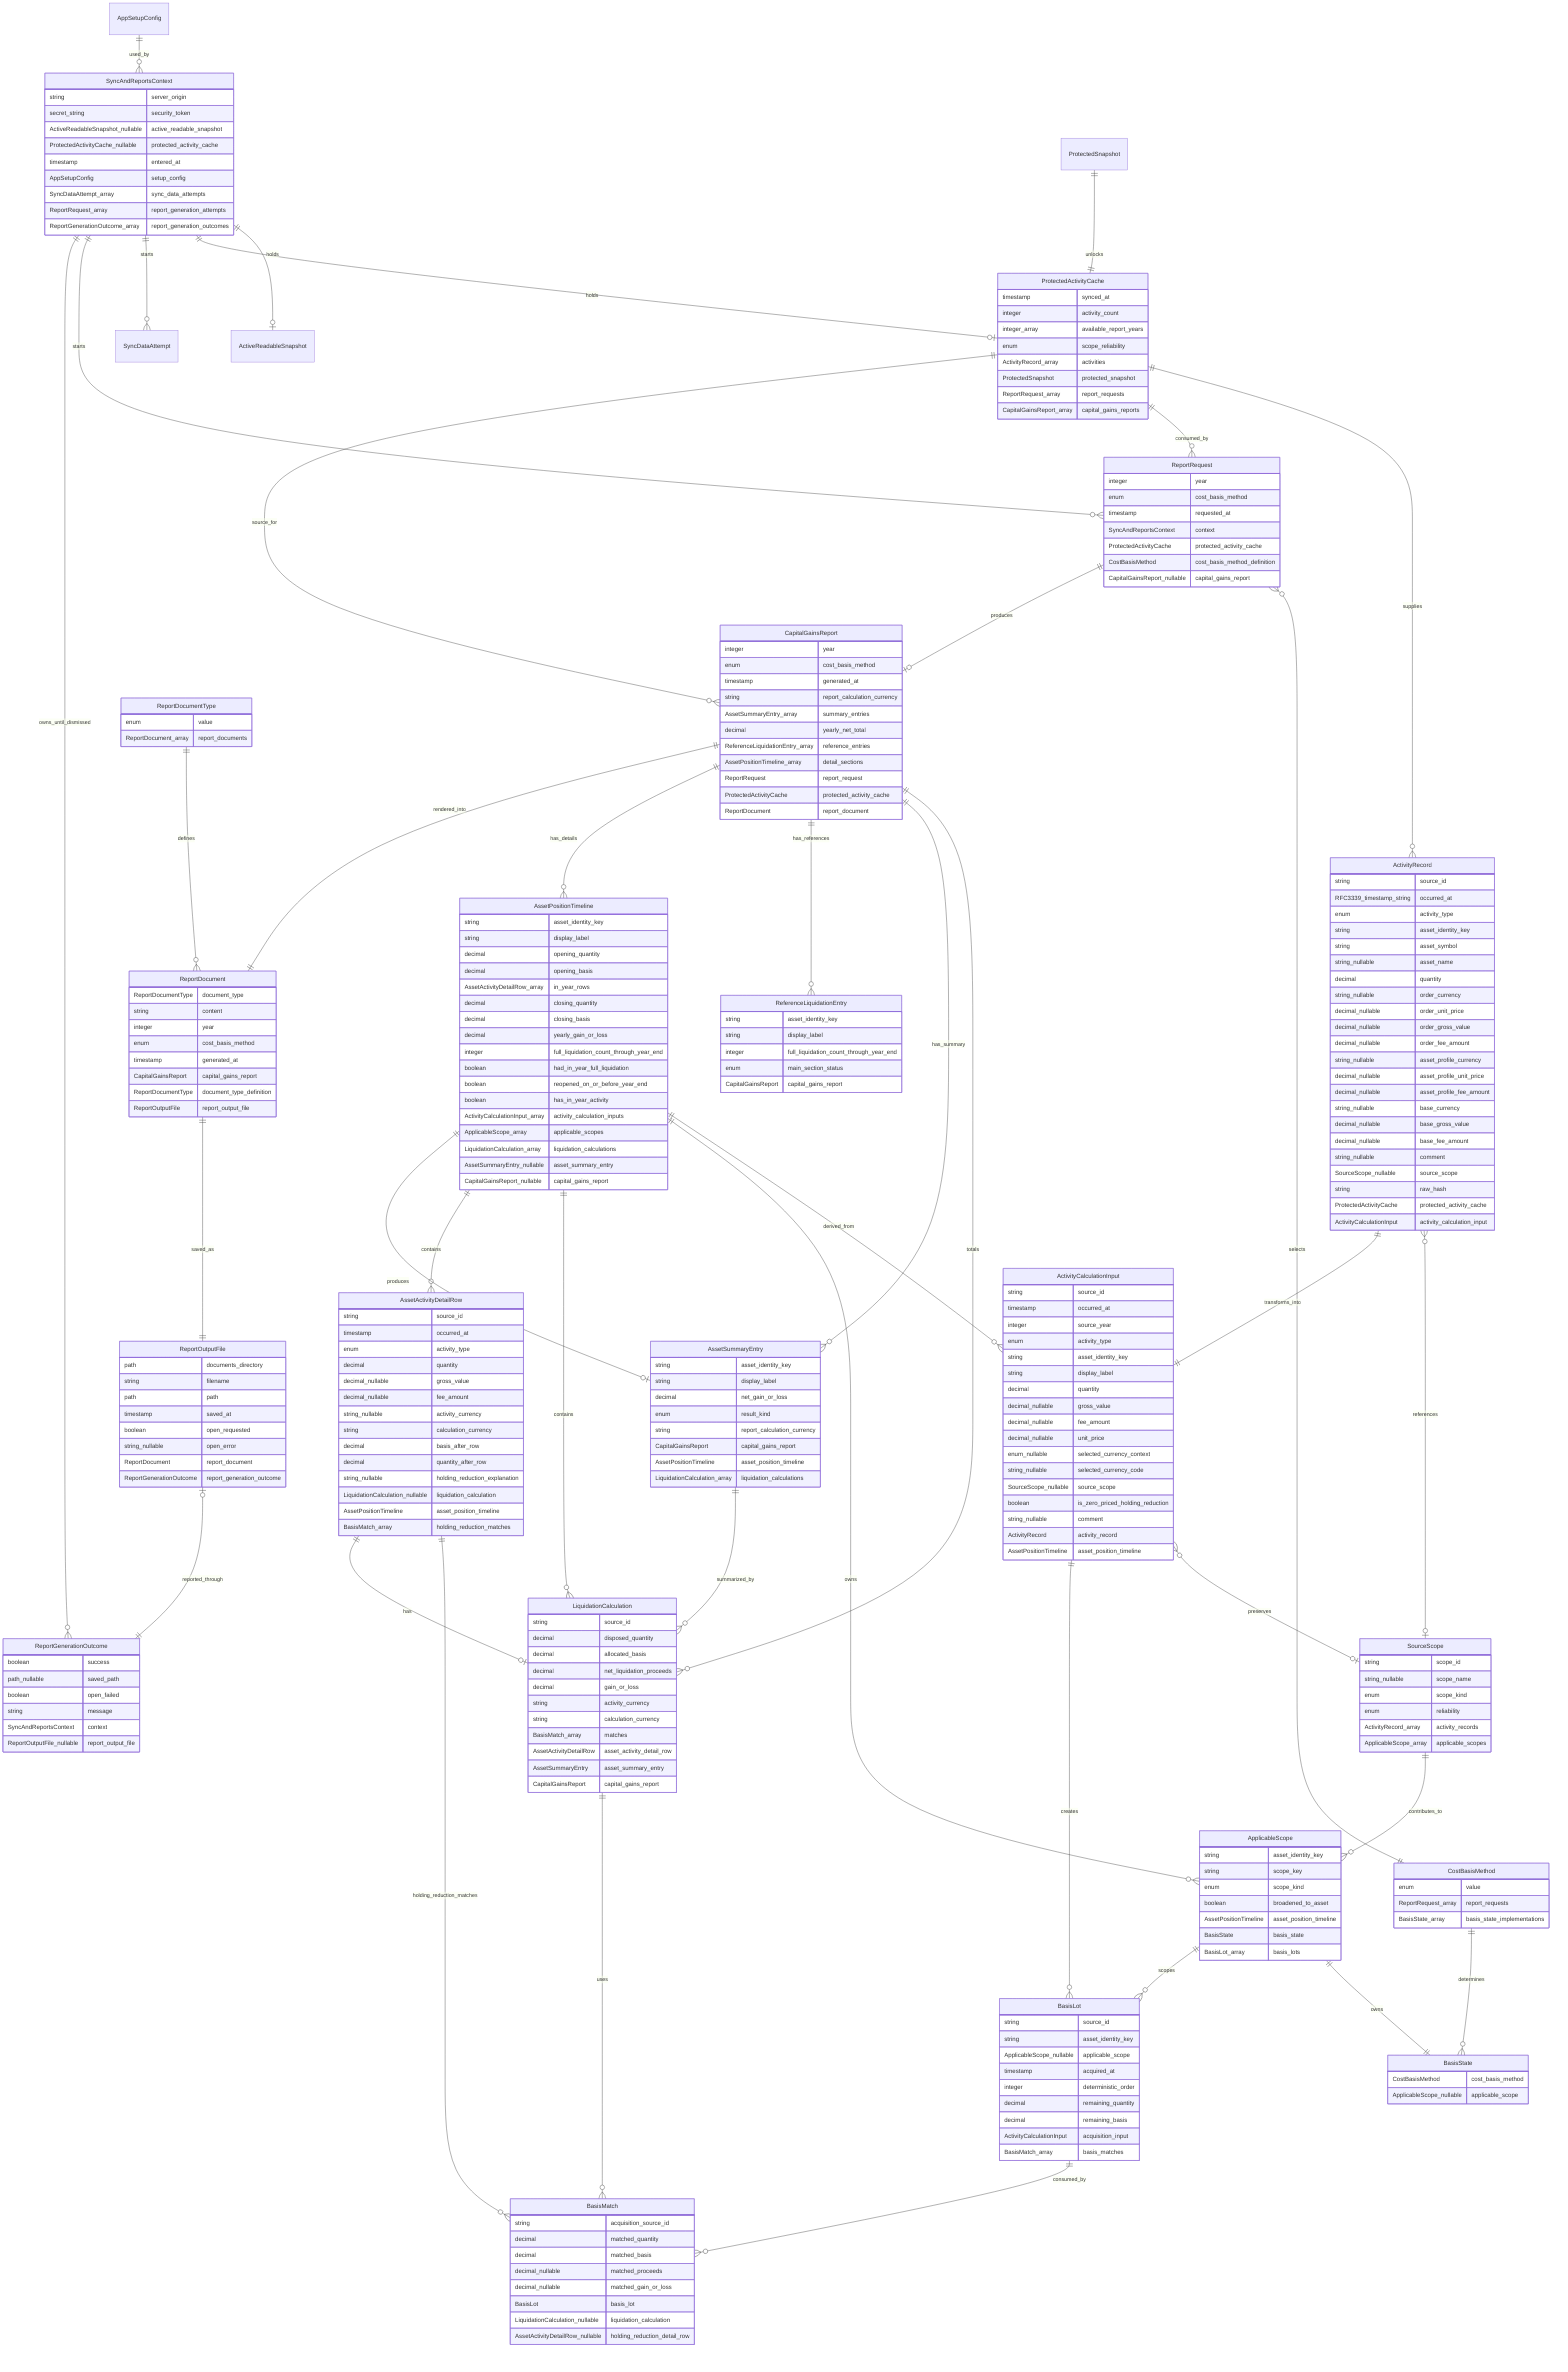
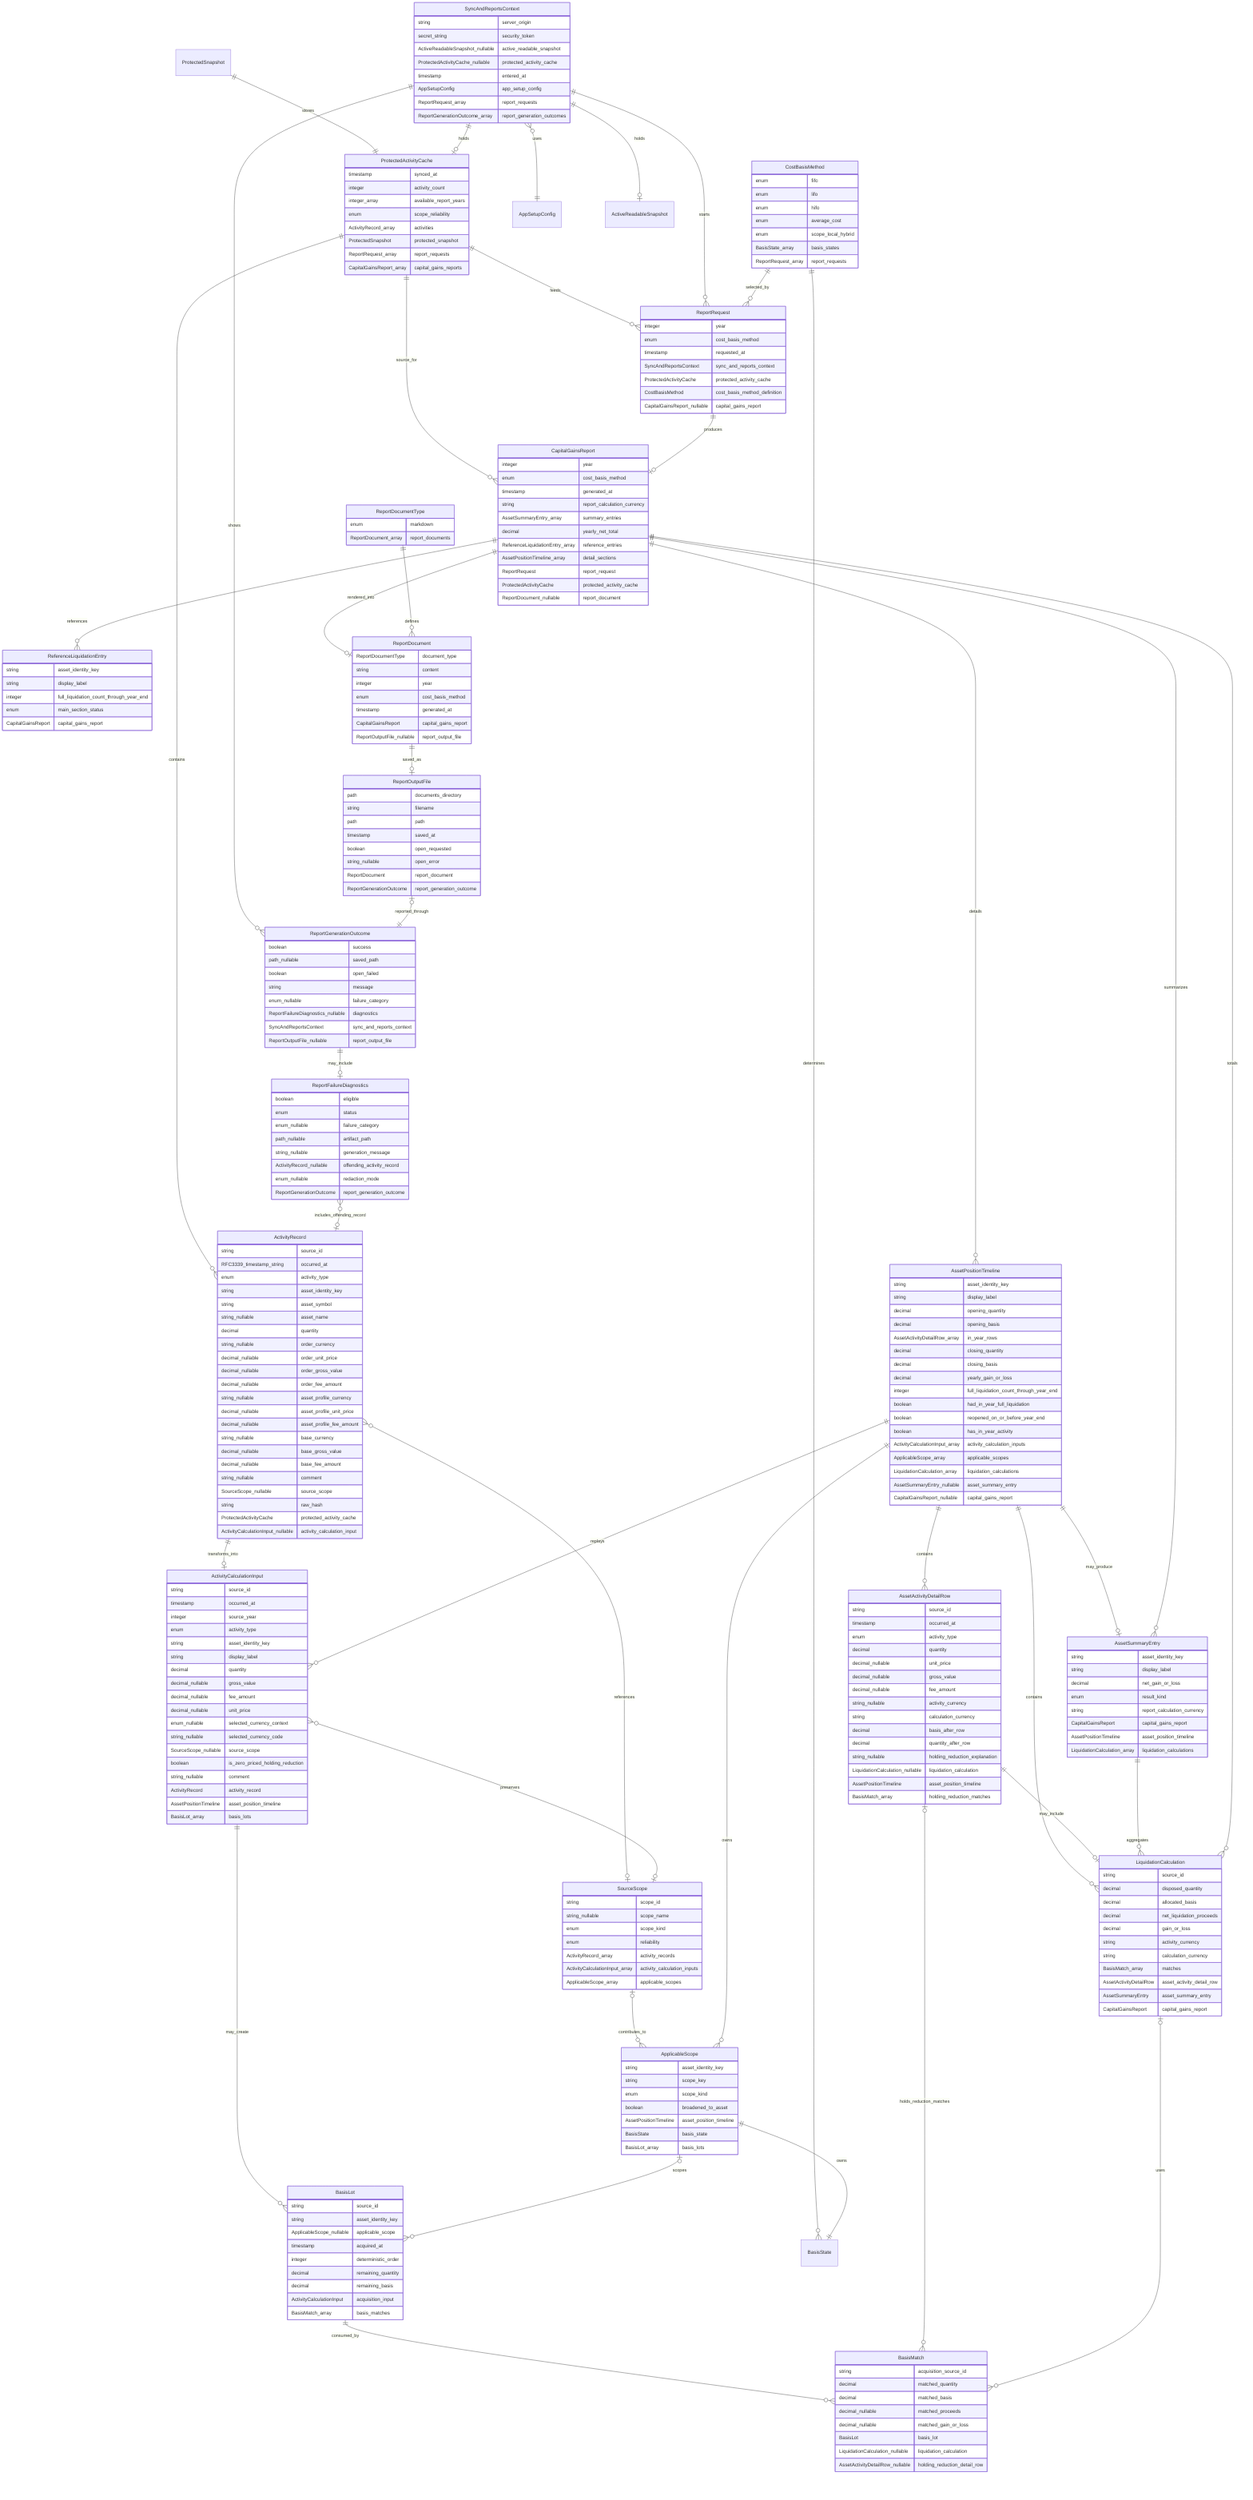
erDiagram
    ProtectedActivityCache {
        timestamp synced_at
        integer activity_count
        integer_array available_report_years
        enum scope_reliability
        ActivityRecord_array activities
        ProtectedSnapshot protected_snapshot
        ReportRequest_array report_requests
        CapitalGainsReport_array capital_gains_reports
    }

    ActivityRecord {
        string source_id
        RFC3339_timestamp_string occurred_at
        enum activity_type
        string asset_identity_key
        string asset_symbol
        string_nullable asset_name
        decimal quantity
        string_nullable order_currency
        decimal_nullable order_unit_price
        decimal_nullable order_gross_value
        decimal_nullable order_fee_amount
        string_nullable asset_profile_currency
        decimal_nullable asset_profile_unit_price
        decimal_nullable asset_profile_fee_amount
        string_nullable base_currency
        decimal_nullable base_gross_value
        decimal_nullable base_fee_amount
        string_nullable comment
        SourceScope_nullable source_scope
        string raw_hash
        ProtectedActivityCache protected_activity_cache
-         ActivityCalculationInput activity_calculation_input
+         ActivityCalculationInput_nullable activity_calculation_input
    }

    SourceScope {
        string scope_id
        string_nullable scope_name
        enum scope_kind
        enum reliability
        ActivityRecord_array activity_records
+         ActivityCalculationInput_array activity_calculation_inputs
        ApplicableScope_array applicable_scopes
    }

    SyncAndReportsContext {
        string server_origin
        secret_string security_token
        ActiveReadableSnapshot_nullable active_readable_snapshot
        ProtectedActivityCache_nullable protected_activity_cache
        timestamp entered_at
-         AppSetupConfig setup_config
-         SyncDataAttempt_array sync_data_attempts
-         ReportRequest_array report_generation_attempts
+         AppSetupConfig app_setup_config
+         ReportRequest_array report_requests
        ReportGenerationOutcome_array report_generation_outcomes
    }

    ReportRequest {
        integer year
        enum cost_basis_method
        timestamp requested_at
-         SyncAndReportsContext context
+         SyncAndReportsContext sync_and_reports_context
        ProtectedActivityCache protected_activity_cache
        CostBasisMethod cost_basis_method_definition
        CapitalGainsReport_nullable capital_gains_report
    }

    CostBasisMethod {
-         enum value
+         enum fifo
+         enum lifo
+         enum hifo
+         enum average_cost
+         enum scope_local_hybrid
+         BasisState_array basis_states
        ReportRequest_array report_requests
-         BasisState_array basis_state_implementations
-     }
- 
-     BasisState {
-         CostBasisMethod cost_basis_method
-         ApplicableScope_nullable applicable_scope
    }

    ActivityCalculationInput {
        string source_id
        timestamp occurred_at
        integer source_year
        enum activity_type
        string asset_identity_key
        string display_label
        decimal quantity
        decimal_nullable gross_value
        decimal_nullable fee_amount
        decimal_nullable unit_price
        enum_nullable selected_currency_context
        string_nullable selected_currency_code
        SourceScope_nullable source_scope
        boolean is_zero_priced_holding_reduction
        string_nullable comment
        ActivityRecord activity_record
        AssetPositionTimeline asset_position_timeline
+         BasisLot_array basis_lots
    }

    ApplicableScope {
        string asset_identity_key
        string scope_key
        enum scope_kind
        boolean broadened_to_asset
        AssetPositionTimeline asset_position_timeline
        BasisState basis_state
        BasisLot_array basis_lots
    }

    BasisLot {
        string source_id
        string asset_identity_key
        ApplicableScope_nullable applicable_scope
        timestamp acquired_at
        integer deterministic_order
        decimal remaining_quantity
        decimal remaining_basis
        ActivityCalculationInput acquisition_input
        BasisMatch_array basis_matches
    }

    BasisMatch {
        string acquisition_source_id
        decimal matched_quantity
        decimal matched_basis
        decimal_nullable matched_proceeds
        decimal_nullable matched_gain_or_loss
        BasisLot basis_lot
        LiquidationCalculation_nullable liquidation_calculation
        AssetActivityDetailRow_nullable holding_reduction_detail_row
    }

    AssetPositionTimeline {
        string asset_identity_key
        string display_label
        decimal opening_quantity
        decimal opening_basis
        AssetActivityDetailRow_array in_year_rows
        decimal closing_quantity
        decimal closing_basis
        decimal yearly_gain_or_loss
        integer full_liquidation_count_through_year_end
        boolean had_in_year_full_liquidation
        boolean reopened_on_or_before_year_end
        boolean has_in_year_activity
        ActivityCalculationInput_array activity_calculation_inputs
        ApplicableScope_array applicable_scopes
        LiquidationCalculation_array liquidation_calculations
        AssetSummaryEntry_nullable asset_summary_entry
        CapitalGainsReport_nullable capital_gains_report
    }

    AssetActivityDetailRow {
        string source_id
        timestamp occurred_at
        enum activity_type
        decimal quantity
+         decimal_nullable unit_price
        decimal_nullable gross_value
        decimal_nullable fee_amount
        string_nullable activity_currency
        string calculation_currency
        decimal basis_after_row
        decimal quantity_after_row
        string_nullable holding_reduction_explanation
        LiquidationCalculation_nullable liquidation_calculation
        AssetPositionTimeline asset_position_timeline
        BasisMatch_array holding_reduction_matches
    }

    LiquidationCalculation {
        string source_id
        decimal disposed_quantity
        decimal allocated_basis
        decimal net_liquidation_proceeds
        decimal gain_or_loss
        string activity_currency
        string calculation_currency
        BasisMatch_array matches
        AssetActivityDetailRow asset_activity_detail_row
        AssetSummaryEntry asset_summary_entry
        CapitalGainsReport capital_gains_report
    }

    AssetSummaryEntry {
        string asset_identity_key
        string display_label
        decimal net_gain_or_loss
        enum result_kind
        string report_calculation_currency
        CapitalGainsReport capital_gains_report
        AssetPositionTimeline asset_position_timeline
        LiquidationCalculation_array liquidation_calculations
    }

    ReferenceLiquidationEntry {
        string asset_identity_key
        string display_label
        integer full_liquidation_count_through_year_end
        enum main_section_status
        CapitalGainsReport capital_gains_report
    }

    CapitalGainsReport {
        integer year
        enum cost_basis_method
        timestamp generated_at
        string report_calculation_currency
        AssetSummaryEntry_array summary_entries
        decimal yearly_net_total
        ReferenceLiquidationEntry_array reference_entries
        AssetPositionTimeline_array detail_sections
        ReportRequest report_request
        ProtectedActivityCache protected_activity_cache
-         ReportDocument report_document
+         ReportDocument_nullable report_document
    }

    ReportDocumentType {
-         enum value
+         enum markdown
        ReportDocument_array report_documents
    }

    ReportDocument {
        ReportDocumentType document_type
        string content
        integer year
        enum cost_basis_method
        timestamp generated_at
        CapitalGainsReport capital_gains_report
-         ReportDocumentType document_type_definition
-         ReportOutputFile report_output_file
+         ReportOutputFile_nullable report_output_file
    }

    ReportOutputFile {
        path documents_directory
        string filename
        path path
        timestamp saved_at
        boolean open_requested
        string_nullable open_error
        ReportDocument report_document
        ReportGenerationOutcome report_generation_outcome
    }

+     ReportFailureDiagnostics {
+         boolean eligible
+         enum status
+         enum_nullable failure_category
+         path_nullable artifact_path
+         string_nullable generation_message
+         ActivityRecord_nullable offending_activity_record
+         enum_nullable redaction_mode
+         ReportGenerationOutcome report_generation_outcome
+     }
+ 
    ReportGenerationOutcome {
        boolean success
        path_nullable saved_path
        boolean open_failed
        string message
-         SyncAndReportsContext context
+         enum_nullable failure_category
+         ReportFailureDiagnostics_nullable diagnostics
+         SyncAndReportsContext sync_and_reports_context
        ReportOutputFile_nullable report_output_file
    }

-     ProtectedSnapshot ||--|| ProtectedActivityCache : unlocks
-     ProtectedActivityCache ||--o{ ActivityRecord : supplies
-     ProtectedActivityCache ||--o{ ReportRequest : consumed_by
+     ProtectedSnapshot ||--|| ProtectedActivityCache : stores
+     ProtectedActivityCache ||--o{ ActivityRecord : contains
+     ProtectedActivityCache ||--o{ ReportRequest : feeds
    ProtectedActivityCache ||--o{ CapitalGainsReport : source_for

    ActivityRecord }o--o| SourceScope : references
-     ActivityRecord ||--|| ActivityCalculationInput : transforms_into
- 
-     SourceScope ||--o{ ApplicableScope : contributes_to
- 
-     AppSetupConfig ||--o{ SyncAndReportsContext : used_by
+     ActivityRecord ||--o| ActivityCalculationInput : transforms_into
+ 
+     ActivityCalculationInput }o--o| SourceScope : preserves
+     SourceScope o|--o{ ApplicableScope : contributes_to
+ 
+     SyncAndReportsContext }o--|| AppSetupConfig : uses
    SyncAndReportsContext ||--o| ActiveReadableSnapshot : holds
    SyncAndReportsContext ||--o| ProtectedActivityCache : holds
-     SyncAndReportsContext ||--o{ SyncDataAttempt : starts
    SyncAndReportsContext ||--o{ ReportRequest : starts
-     SyncAndReportsContext ||--o{ ReportGenerationOutcome : owns_until_dismissed
- 
-     ReportRequest }o--|| CostBasisMethod : selects
+     SyncAndReportsContext ||--o{ ReportGenerationOutcome : shows
+ 
+     CostBasisMethod ||--o{ BasisState : determines
+     CostBasisMethod ||--o{ ReportRequest : selected_by
+ 
+     AssetPositionTimeline ||--o{ ActivityCalculationInput : replays
+     ActivityCalculationInput ||--o{ BasisLot : may_create
+ 
+     AssetPositionTimeline ||--o{ ApplicableScope : owns
+     ApplicableScope ||--|| BasisState : owns
+     ApplicableScope o|--o{ BasisLot : scopes
+ 
+     BasisLot ||--o{ BasisMatch : consumed_by
+ 
+     AssetPositionTimeline ||--o{ AssetActivityDetailRow : contains
+     AssetPositionTimeline ||--o{ LiquidationCalculation : contains
+     AssetPositionTimeline ||--o| AssetSummaryEntry : may_produce
+ 
+     AssetActivityDetailRow ||--o| LiquidationCalculation : may_include
+     AssetActivityDetailRow o|--o{ BasisMatch : holds_reduction_matches
+ 
+     LiquidationCalculation o|--o{ BasisMatch : uses
+     AssetSummaryEntry ||--o{ LiquidationCalculation : aggregates
+     CapitalGainsReport ||--o{ LiquidationCalculation : totals
+ 
    ReportRequest ||--o| CapitalGainsReport : produces
- 
-     CostBasisMethod ||--o{ BasisState : determines
- 
-     ActivityCalculationInput }o--o| SourceScope : preserves
-     ActivityCalculationInput ||--o{ BasisLot : creates
- 
-     AssetPositionTimeline ||--o{ ActivityCalculationInput : derived_from
-     AssetPositionTimeline ||--o{ ApplicableScope : owns
-     AssetPositionTimeline ||--o{ LiquidationCalculation : contains
-     AssetPositionTimeline ||--o{ AssetActivityDetailRow : contains
-     AssetPositionTimeline ||--o| AssetSummaryEntry : produces
- 
-     ApplicableScope ||--|| BasisState : owns
-     ApplicableScope ||--o{ BasisLot : scopes
- 
-     BasisLot ||--o{ BasisMatch : consumed_by
-     LiquidationCalculation ||--o{ BasisMatch : uses
-     AssetActivityDetailRow ||--o{ BasisMatch : holding_reduction_matches
- 
-     AssetActivityDetailRow ||--o| LiquidationCalculation : has
- 
-     AssetSummaryEntry ||--o{ LiquidationCalculation : summarized_by
-     CapitalGainsReport ||--o{ LiquidationCalculation : totals
- 
-     CapitalGainsReport ||--o{ AssetSummaryEntry : has_summary
-     CapitalGainsReport ||--o{ ReferenceLiquidationEntry : has_references
-     CapitalGainsReport ||--o{ AssetPositionTimeline : has_details
+     CapitalGainsReport ||--o{ AssetSummaryEntry : summarizes
+     CapitalGainsReport ||--o{ ReferenceLiquidationEntry : references
+     CapitalGainsReport ||--o{ AssetPositionTimeline : details
+     CapitalGainsReport ||--o| ReportDocument : rendered_into

    ReportDocumentType ||--o{ ReportDocument : defines
-     CapitalGainsReport ||--|| ReportDocument : rendered_into
-     ReportDocument ||--|| ReportOutputFile : saved_as
- 
+     ReportDocument ||--o| ReportOutputFile : saved_as
+ 
+     ReportGenerationOutcome ||--o| ReportFailureDiagnostics : may_include
    ReportOutputFile o|--|| ReportGenerationOutcome : reported_through
+     ReportFailureDiagnostics }o--o| ActivityRecord : includes_offending_record
